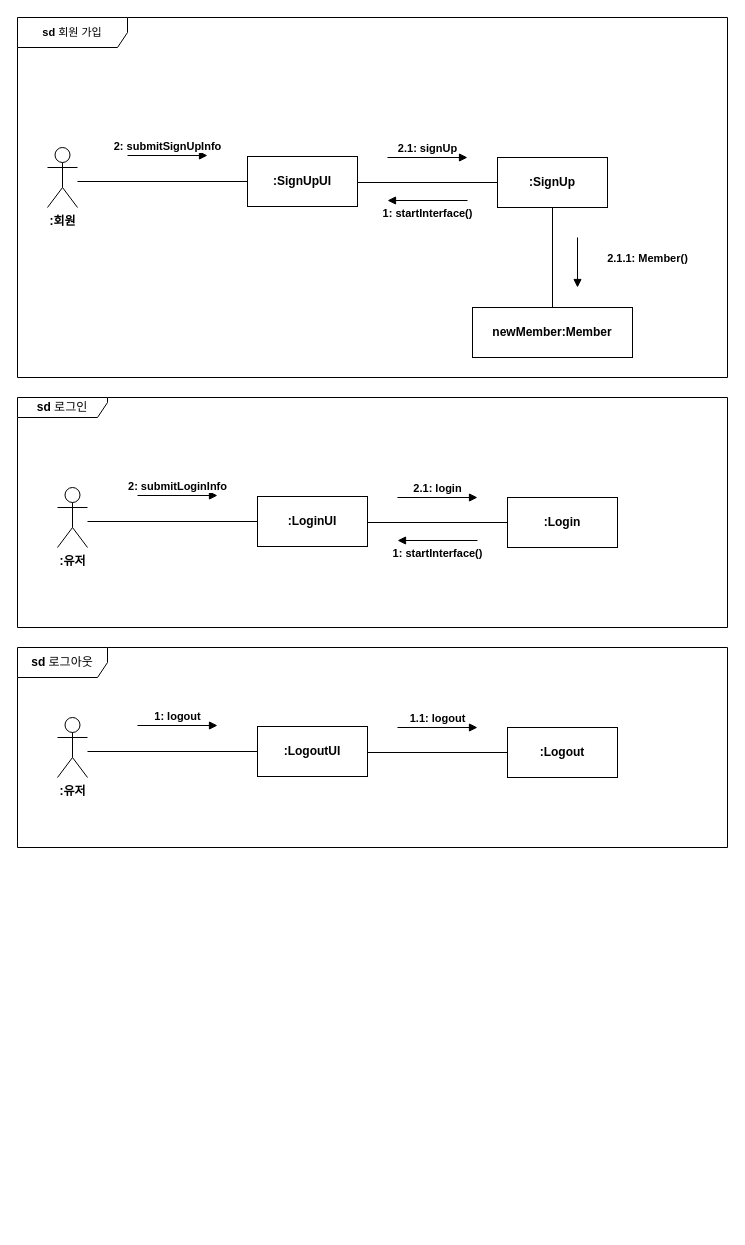
The draw.io diagram HW2-1/communication diagram.drawio in hoyun06/2025-hongik-se-hw-2, before the edit. Source tidied: cells renumbered, new cells numbered last; positions are measured from the earlier drawing's top-left corner, leaving out a move shared by most shapes. Both pictures are drawn from the tidied source at 100%, with x=0, y=0 at pixel (17, 17).
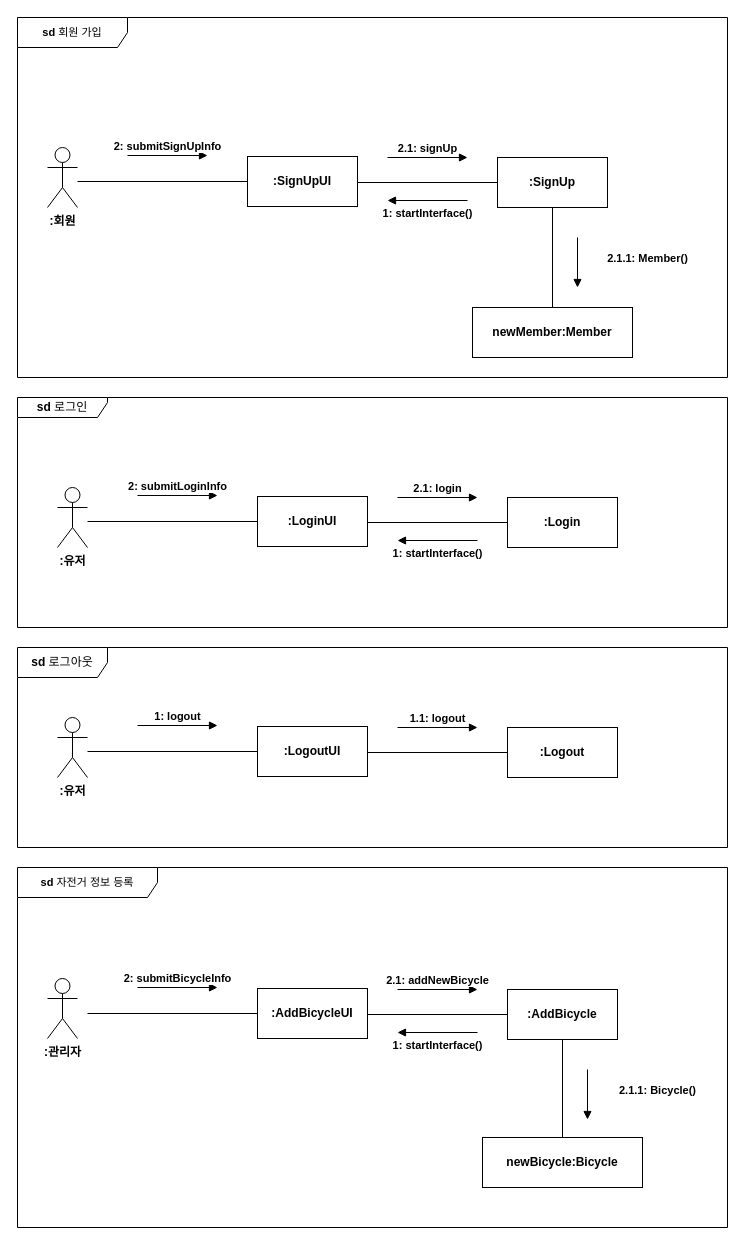
Above is the later version.

Commit message:
[HW2-1] communication diagram에 '자전거 정보 등록' 추가

What changed in the source:
```diff
@@
+    <mxCell id="31" value="&lt;font style=&quot;font-size: 11px;&quot;&gt;&lt;b&gt;sd &lt;/b&gt;&lt;font style=&quot;&quot;&gt;자전거 정보 등록&lt;/font&gt;&lt;/font&gt;" style="shape=umlFrame;whiteSpace=wrap;html=1;width=140;height=30;" parent="1" vertex="1">
+      <mxGeometry y="850" width="710" height="360" as="geometry" />
+    </mxCell>
+    <mxCell id="32" value="&lt;b&gt;:AddBicycle&lt;/b&gt;" style="html=1;whiteSpace=wrap;" parent="1" vertex="1">
+      <mxGeometry x="490" y="972" width="110" height="50" as="geometry" />
+    </mxCell>
+    <mxCell id="33" value="&lt;b&gt;:AddBicycleUI&lt;/b&gt;" style="html=1;whiteSpace=wrap;" parent="1" vertex="1">
+      <mxGeometry x="240" y="971" width="110" height="50" as="geometry" />
+    </mxCell>
+    <mxCell id="34" style="line;strokeWidth=1;fillColor=none;align=left;verticalAlign=middle;spacingTop=-1;spacingLeft=3;spacingRight=3;labelPosition=right;strokeColor=inherit;" parent="1" vertex="1">
+      <mxGeometry x="70" y="992" width="170" height="8" as="geometry" />
+    </mxCell>
+    <mxCell id="35" style="line;strokeWidth=1;fillColor=none;align=left;verticalAlign=middle;spacingTop=-1;spacingLeft=3;spacingRight=3;labelPosition=right;strokeColor=inherit;" parent="1" vertex="1">
+      <mxGeometry x="350" y="993" width="140" height="8" as="geometry" />
+    </mxCell>
+    <mxCell id="36" value="&lt;b&gt;1: startInterface()&lt;/b&gt;" style="html=1;verticalAlign=bottom;endArrow=block;curved=0;rounded=0;" parent="1" edge="1">
+      <mxGeometry y="22" relative="1" as="geometry">
+        <mxPoint x="460" y="1015" as="sourcePoint" />
+        <mxPoint x="380" y="1015" as="targetPoint" />
+      </mxGeometry>
+    </mxCell>
+    <mxCell id="37" value="&lt;b&gt;2: submitBicycleInfo&lt;/b&gt;" style="html=1;verticalAlign=bottom;endArrow=block;curved=0;rounded=0;" parent="1" edge="1">
+      <mxGeometry relative="1" as="geometry">
+        <mxPoint x="120" y="970" as="sourcePoint" />
+        <mxPoint x="200" y="970" as="targetPoint" />
+      </mxGeometry>
+    </mxCell>
+    <mxCell id="38" value="&lt;b&gt;2.1: addNewBicycle&lt;/b&gt;" style="html=1;verticalAlign=bottom;endArrow=block;curved=0;rounded=0;" parent="1" edge="1">
+      <mxGeometry relative="1" as="geometry">
+        <mxPoint x="380" y="972" as="sourcePoint" />
+        <mxPoint x="460" y="972" as="targetPoint" />
+      </mxGeometry>
+    </mxCell>
+    <mxCell id="39" style="endArrow=none;html=1;rounded=0;exitX=0.5;exitY=0;exitDx=0;exitDy=0;" parent="1" edge="1">
+      <mxGeometry relative="1" as="geometry">
+        <mxPoint x="545" y="1122" as="sourcePoint" />
+        <mxPoint x="545" y="1022" as="targetPoint" />
+      </mxGeometry>
+    </mxCell>
+    <mxCell id="40" value="&lt;b&gt;2.1.1: Bicycle()&lt;/b&gt;" style="html=1;verticalAlign=bottom;endArrow=block;curved=0;rounded=0;" parent="1" edge="1">
+      <mxGeometry x="0.2" y="70" relative="1" as="geometry">
+        <mxPoint x="570" y="1052" as="sourcePoint" />
+        <mxPoint x="570" y="1102" as="targetPoint" />
+      </mxGeometry>
+    </mxCell>
+    <mxCell id="41" value="&lt;b&gt;:관리자&lt;/b&gt;" style="shape=umlActor;verticalLabelPosition=bottom;verticalAlign=top;html=1;" parent="1" vertex="1">
+      <mxGeometry x="30" y="961" width="30" height="60" as="geometry" />
+    </mxCell>
+    <mxCell id="42" value="&lt;b&gt;newBicycle:Bicycle&lt;/b&gt;" style="html=1;whiteSpace=wrap;" parent="1" vertex="1">
+      <mxGeometry x="465" y="1120" width="160" height="50" as="geometry" />
+    </mxCell>
```
